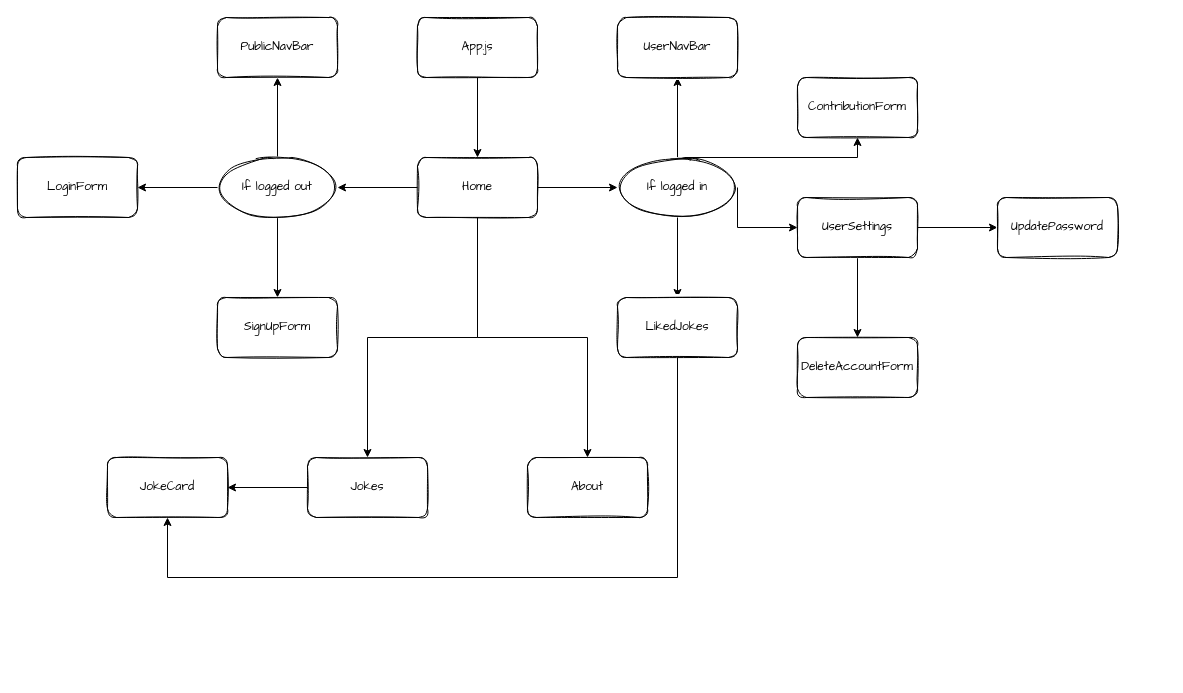
Above: diagrams/component-hierarchy-diagram.drawio in benjaminobambino/good-dad-bad-jokes (draw.io), before the change. Source tidied: cells renumbered, new cells numbered last; positions are measured from the earlier drawing's top-left corner, leaving out a move shared by most shapes. Both pictures are drawn from the tidied source at 100%, with x=0, y=0 at pixel (17, 17).
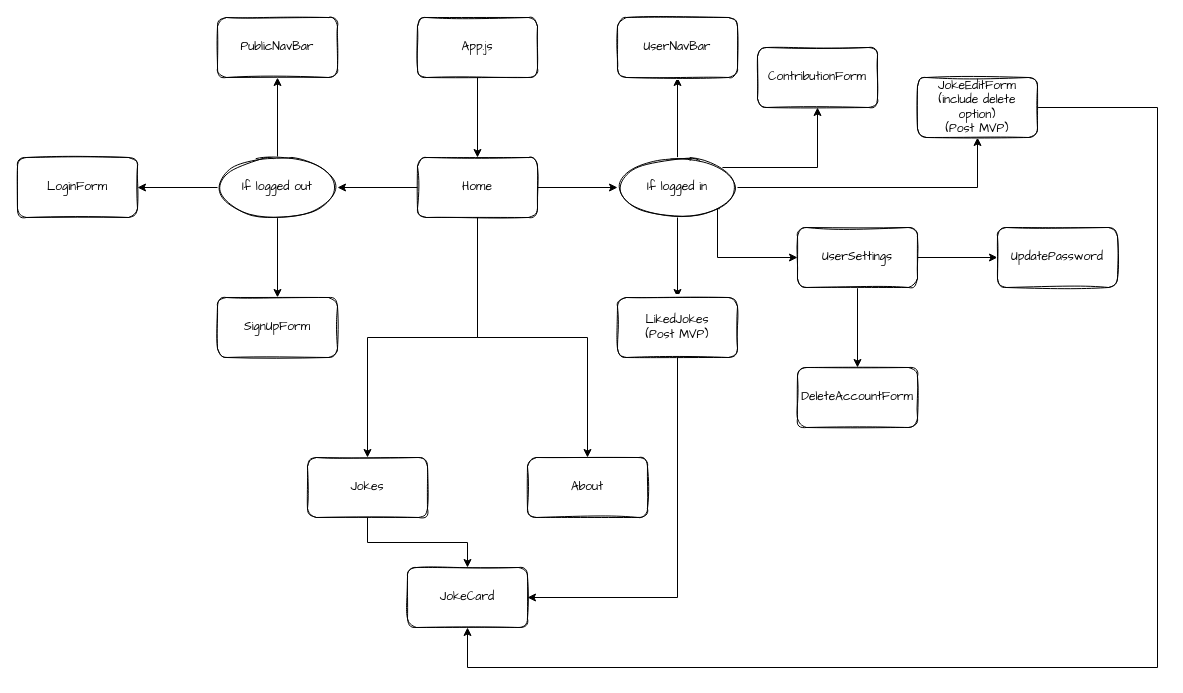
The same diagram, later.

Commit message (it also covers changes not shown here):
update diagrams post-pitch meeting

The change refers to these unchanged cells:
```xml
<mxCell id="13" value="If logged in" style="ellipse;whiteSpace=wrap;html=1;fontFamily=Comic Sans MS;rounded=1;sketch=1;" parent="1" vertex="1">
  <mxGeometry x="600" y="140" width="120" height="60" as="geometry" />
</mxCell>
```

Change to the diagram source:
```diff
@@
     <mxCell id="10" style="edgeStyle=orthogonalEdgeStyle;rounded=0;jettySize=auto;html=1;fontFamily=Comic Sans MS;" parent="1" edge="1" source="13" target="24">
       <mxGeometry relative="1" as="geometry">
         <Array as="points">
-          <mxPoint x="840" y="140" />
+          <mxPoint x="800" y="150" />
         </Array>
       </mxGeometry>
     </mxCell>
@@
-    <mxCell id="12" style="edgeStyle=orthogonalEdgeStyle;rounded=0;jettySize=auto;html=1;" parent="1" edge="1" source="13" target="31">
+    <mxCell id="12" style="edgeStyle=orthogonalEdgeStyle;rounded=0;jettySize=auto;html=1;exitX=1;exitY=1;exitDx=0;exitDy=0;" parent="1" edge="1" source="13" target="31">
       <mxGeometry relative="1" as="geometry">
         <Array as="points">
-          <mxPoint x="720" y="210" />
+          <mxPoint x="700" y="191" />
+          <mxPoint x="700" y="240" />
         </Array>
       </mxGeometry>
     </mxCell>
+    <mxCell id="34" style="edgeStyle=orthogonalEdgeStyle;rounded=0;jettySize=auto;html=1;startArrow=none;startFill=0;" parent="1" edge="1" source="13" target="36">
+      <mxGeometry relative="1" as="geometry" />
+    </mxCell>
@@
     <mxCell id="24" value="ContributionForm" style="whiteSpace=wrap;html=1;fontFamily=Comic Sans MS;rounded=1;sketch=1;" parent="1" vertex="1">
-      <mxGeometry x="780" y="60" width="120" height="60" as="geometry" />
+      <mxGeometry x="740" y="30" width="120" height="60" as="geometry" />
     </mxCell>
-    <mxCell id="25" style="edgeStyle=orthogonalEdgeStyle;rounded=0;jettySize=auto;html=1;entryX=0.5;entryY=1;entryDx=0;entryDy=0;" parent="1" edge="1" source="26" target="28">
+    <mxCell id="25" style="edgeStyle=orthogonalEdgeStyle;rounded=0;jettySize=auto;html=1;entryX=1;entryY=0.5;entryDx=0;entryDy=0;" parent="1" edge="1" source="26" target="28">
       <mxGeometry relative="1" as="geometry">
         <Array as="points">
-          <mxPoint x="660" y="560" />
-          <mxPoint x="150" y="560" />
+          <mxPoint x="660" y="580" />
         </Array>
       </mxGeometry>
     </mxCell>
-    <mxCell id="26" value="LikedJokes" style="whiteSpace=wrap;html=1;fontFamily=Comic Sans MS;rounded=1;sketch=1;" parent="1" vertex="1">
+    <mxCell id="26" value="LikedJokes&lt;br&gt;(Post MVP)" style="whiteSpace=wrap;html=1;fontFamily=Comic Sans MS;rounded=1;sketch=1;" parent="1" vertex="1">
       <mxGeometry x="600" y="280" width="120" height="60" as="geometry" />
     </mxCell>
@@
     <mxCell id="28" value="JokeCard" style="rounded=1;whiteSpace=wrap;html=1;sketch=1;fontFamily=Comic Sans MS;" parent="1" vertex="1">
-      <mxGeometry x="90" y="440" width="120" height="60" as="geometry" />
+      <mxGeometry x="390" y="550" width="120" height="60" as="geometry" />
     </mxCell>
@@
     <mxCell id="31" value="UserSettings" style="whiteSpace=wrap;html=1;fontFamily=Comic Sans MS;rounded=1;sketch=1;" parent="1" vertex="1">
-      <mxGeometry x="780" y="180" width="120" height="60" as="geometry" />
+      <mxGeometry x="780" y="210" width="120" height="60" as="geometry" />
     </mxCell>
     <mxCell id="32" value="DeleteAccountForm" style="whiteSpace=wrap;html=1;fontFamily=Comic Sans MS;rounded=1;sketch=1;" parent="1" vertex="1">
-      <mxGeometry x="780" y="320" width="120" height="60" as="geometry" />
+      <mxGeometry x="780" y="350" width="120" height="60" as="geometry" />
     </mxCell>
     <mxCell id="33" value="UpdatePassword" style="whiteSpace=wrap;html=1;fontFamily=Comic Sans MS;rounded=1;sketch=1;" parent="1" vertex="1">
-      <mxGeometry x="980" y="180" width="120" height="60" as="geometry" />
+      <mxGeometry x="980" y="210" width="120" height="60" as="geometry" />
     </mxCell>
+    <mxCell id="35" style="edgeStyle=orthogonalEdgeStyle;rounded=0;jettySize=auto;html=1;startArrow=none;startFill=0;entryX=0.5;entryY=1;entryDx=0;entryDy=0;" parent="1" edge="1" source="36" target="28">
+      <mxGeometry relative="1" as="geometry">
+        <Array as="points">
+          <mxPoint x="1140" y="90" />
+          <mxPoint x="1140" y="650" />
+          <mxPoint x="450" y="650" />
+        </Array>
+      </mxGeometry>
+    </mxCell>
+    <mxCell id="36" value="JokeEditForm&lt;br&gt;(include delete option)&lt;br&gt;(Post MVP)" style="whiteSpace=wrap;html=1;fontFamily=Comic Sans MS;rounded=1;sketch=1;" parent="1" vertex="1">
+      <mxGeometry x="900" y="60" width="120" height="60" as="geometry" />
+    </mxCell>
```
